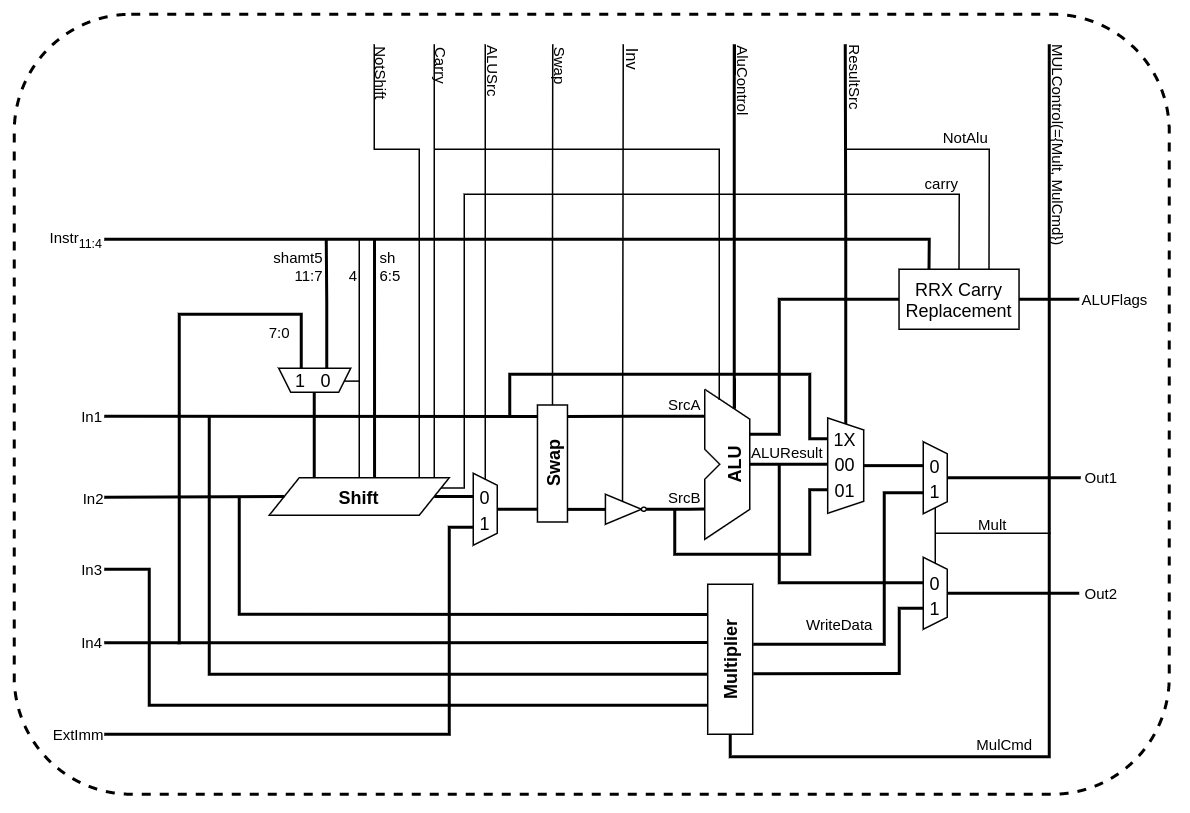
The draw.io diagram asset/alu_block.drawio.png in takah29/arm-cpu, before a commit. Source tidied: cells renumbered, new cells last; positions are measured from the earlier drawing's top-left corner, leaving out a move shared by most shapes.
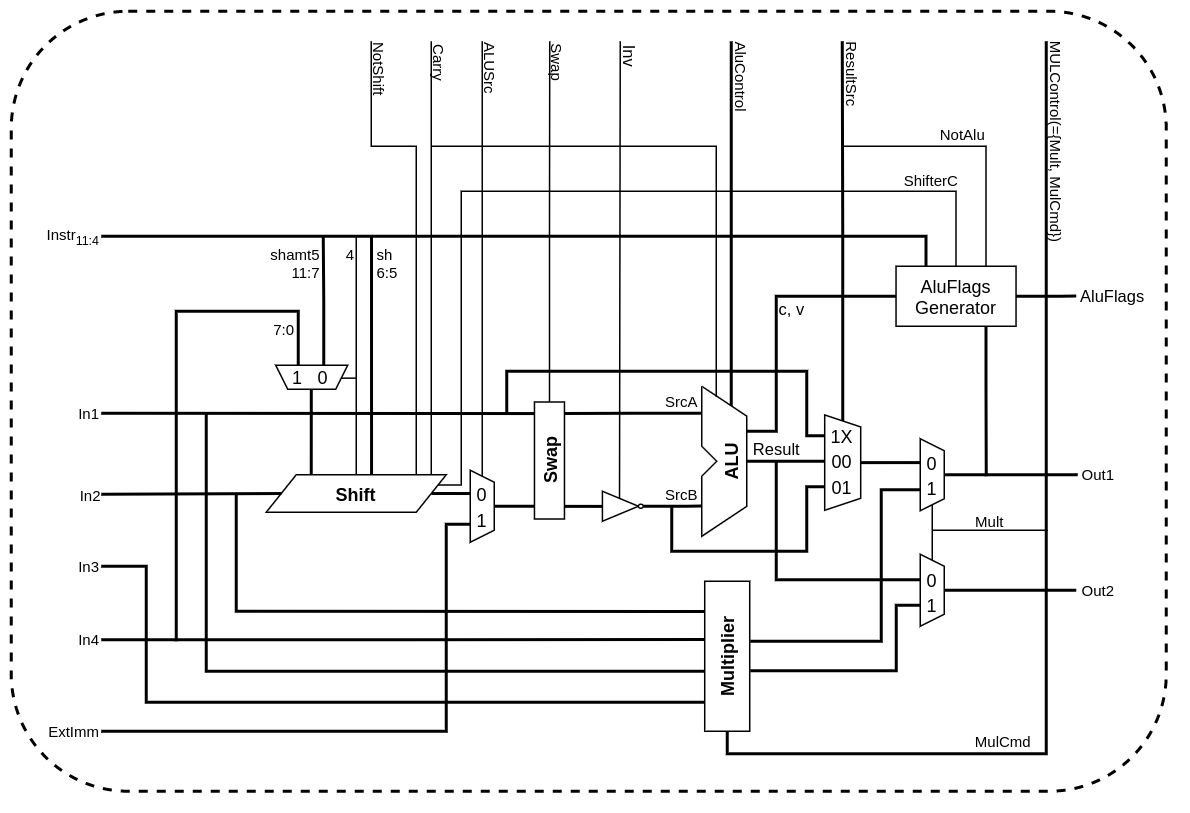
The same diagram one commit later.

Commit message:
回路図の修正

Change to the diagram source:
```diff
@@ -39,9 +39,9 @@
         </Array>
       </mxGeometry>
     </mxCell>
-    <mxCell id="8" value="carry" style="edgeLabel;html=1;align=center;verticalAlign=bottom;fontSize=10;labelBackgroundColor=none;" parent="7" vertex="1">
+    <mxCell id="8" value="ShifterC" style="edgeLabel;html=1;align=center;verticalAlign=bottom;fontSize=10;labelBackgroundColor=none;" parent="7" vertex="1">
       <mxGeometry x="0.6" y="-1" relative="1" as="geometry">
-        <mxPoint x="54.9" as="offset" />
+        <mxPoint x="49.9" as="offset" />
       </mxGeometry>
     </mxCell>
     <mxCell id="9" value="&lt;b&gt;Shift&lt;/b&gt;" style="shape=parallelogram;perimeter=parallelogramPerimeter;whiteSpace=wrap;html=1;fixedSize=1;" parent="1" vertex="1">
@@ -105,11 +105,11 @@
         </Array>
       </mxGeometry>
     </mxCell>
-    <mxCell id="24" value="&lt;font style=&quot;font-size: 10px&quot;&gt;ALUResult&lt;/font&gt;" style="edgeLabel;html=1;align=center;verticalAlign=bottom;fontSize=7;labelBackgroundColor=none;" parent="23" vertex="1">
-      <mxGeometry x="0.38" y="1" relative="1" as="geometry">
-        <mxPoint x="8.2" y="-1" as="offset" />
-      </mxGeometry>
-    </mxCell>
+    <mxCell id="102" value="Result" style="edgeLabel;html=1;align=center;verticalAlign=bottom;labelBackgroundColor=none;" parent="23" vertex="1">
+      <mxGeometry x="0.7" y="-1" relative="1" as="geometry">
+        <mxPoint x="12" y="1" as="offset" />
+      </mxGeometry>
+    </mxCell>
     <mxCell id="25" style="edgeStyle=orthogonalEdgeStyle;rounded=0;orthogonalLoop=1;jettySize=auto;html=1;endArrow=none;endFill=0;strokeWidth=2;" parent="1" edge="1">
       <mxGeometry relative="1" as="geometry">
         <mxPoint x="542.3" y="317" as="sourcePoint" />
@@ -121,9 +121,6 @@
         </Array>
       </mxGeometry>
     </mxCell>
-    <mxCell id="26" value="&lt;font style=&quot;font-size: 10px&quot;&gt;WriteData&lt;/font&gt;" style="edgeLabel;html=1;align=center;verticalAlign=bottom;fontSize=7;labelBackgroundColor=none;" parent="1" vertex="1">
-      <mxGeometry x="550" y="415" as="geometry" />
-    </mxCell>
     <mxCell id="27" style="group;rotation=90;" parent="1" vertex="1">
       <mxGeometry x="192.3" y="220" width="16" height="48" as="geometry" />
     </mxCell>
@@ -147,7 +144,7 @@
     </mxCell>
     <mxCell id="32" value="&lt;font style=&quot;font-size: 10px;&quot;&gt;4&lt;/font&gt;" style="edgeLabel;html=1;align=right;verticalAlign=top;fontSize=10;labelBackgroundColor=none;" parent="31" vertex="1">
       <mxGeometry x="0.52" relative="1" as="geometry">
-        <mxPoint x="-1" y="-26" as="offset" />
+        <mxPoint x="-1" y="-38" as="offset" />
       </mxGeometry>
     </mxCell>
     <mxCell id="33" style="edgeStyle=orthogonalEdgeStyle;rounded=0;jettySize=auto;html=1;exitX=0.172;exitY=0.505;exitDx=0;exitDy=0;exitPerimeter=0;entryX=0.105;entryY=0.985;entryDx=0;entryDy=0;entryPerimeter=0;endArrow=none;endFill=0;strokeWidth=2;" parent="1" edge="1" source="34" target="39">
@@ -389,22 +386,20 @@
         <mxPoint x="10" as="offset" />
       </mxGeometry>
     </mxCell>
-    <mxCell id="74" style="edgeStyle=orthogonalEdgeStyle;rounded=0;orthogonalLoop=1;jettySize=auto;html=1;exitX=1;exitY=1;exitDx=0;exitDy=0;endArrow=none;endFill=0;strokeWidth=2;" parent="1" edge="1">
+    <mxCell id="74" style="edgeStyle=orthogonalEdgeStyle;rounded=0;jettySize=auto;html=1;exitX=1;exitY=1;exitDx=0;exitDy=0;endArrow=none;endFill=0;strokeWidth=2;entryX=0;entryY=0.5;entryDx=0;entryDy=0;" parent="1" edge="1" target="95">
       <mxGeometry relative="1" as="geometry">
         <mxPoint x="490.3" y="280" as="sourcePoint" />
-        <mxPoint x="710" y="190" as="targetPoint" />
         <Array as="points">
           <mxPoint x="510" y="280" />
           <mxPoint x="510" y="190" />
-          <mxPoint x="710" y="190" />
         </Array>
       </mxGeometry>
     </mxCell>
-    <mxCell id="75" value="&lt;font style=&quot;font-size: 10px&quot;&gt;ALUFlags&lt;/font&gt;" style="edgeLabel;html=1;align=left;verticalAlign=middle;fontSize=7;labelBackgroundColor=none;labelPosition=right;verticalLabelPosition=middle;" parent="74" vertex="1">
-      <mxGeometry x="-0.53" y="1" relative="1" as="geometry">
-        <mxPoint x="201" y="-36.4" as="offset" />
-      </mxGeometry>
-    </mxCell>
+    <mxCell id="103" value="c, v" style="edgeLabel;html=1;align=left;verticalAlign=middle;labelBackgroundColor=none;labelPosition=right;verticalLabelPosition=middle;" parent="74" vertex="1">
+      <mxGeometry x="-0.15" relative="1" as="geometry">
+        <mxPoint x="0.3" y="-20.7" as="offset" />
+      </mxGeometry>
+    </mxCell>
     <mxCell id="76" style="edgeStyle=orthogonalEdgeStyle;rounded=0;orthogonalLoop=1;jettySize=auto;html=1;exitX=0;exitY=0.5;exitDx=0;exitDy=0;endArrow=none;endFill=0;strokeWidth=2;fontSize=10;" parent="1" edge="1">
       <mxGeometry relative="1" as="geometry">
         <mxPoint x="554.3" y="273.1" as="sourcePoint" />
@@ -516,7 +511,7 @@
     </mxCell>
     <mxCell id="90" value="7:0" style="edgeLabel;html=1;align=right;verticalAlign=top;fontSize=10;labelBackgroundColor=none;" parent="89" vertex="1">
       <mxGeometry x="0.76" relative="1" as="geometry">
-        <mxPoint x="-2.9" as="offset" />
+        <mxPoint x="3.1" as="offset" />
       </mxGeometry>
     </mxCell>
     <mxCell id="91" style="edgeStyle=orthogonalEdgeStyle;rounded=0;jettySize=auto;html=1;endArrow=none;endFill=0;strokeWidth=2;fontSize=10;entryX=0.611;entryY=-0.011;entryDx=0;entryDy=0;entryPerimeter=0;" parent="1" edge="1" target="45">
@@ -543,7 +538,21 @@
         <mxPoint x="7" y="2" as="offset" />
       </mxGeometry>
     </mxCell>
+    <mxCell id="104" style="edgeStyle=orthogonalEdgeStyle;rounded=0;jettySize=auto;html=1;exitX=1;exitY=0.5;exitDx=0;exitDy=0;endArrow=none;endFill=0;strokeWidth=2;" parent="1" edge="1" source="95">
+      <mxGeometry relative="1" as="geometry">
+        <mxPoint x="710" y="189.9" as="targetPoint" />
+        <Array as="points">
+          <mxPoint x="700" y="190" />
+          <mxPoint x="700" y="190" />
+        </Array>
+      </mxGeometry>
+    </mxCell>
+    <mxCell id="105" value="AluFlags" style="edgeLabel;html=1;align=left;verticalAlign=middle;labelBackgroundColor=none;labelPosition=right;verticalLabelPosition=middle;" parent="104" vertex="1">
+      <mxGeometry x="0.79" y="-1" relative="1" as="geometry">
+        <mxPoint x="5" y="-1" as="offset" />
+      </mxGeometry>
+    </mxCell>
-    <mxCell id="95" value="&lt;font style=&quot;font-size: 12px ; line-height: 120%&quot;&gt;RRX Carry&lt;br style=&quot;font-size: 12px&quot;&gt;Replacement&lt;/font&gt;" style="rounded=0;whiteSpace=wrap;html=1;fontSize=12;" parent="1" vertex="1">
+    <mxCell id="95" value="AluFlags&lt;br&gt;Generator" style="rounded=0;whiteSpace=wrap;html=1;fontSize=12;" parent="1" vertex="1">
       <mxGeometry x="589.9" y="170" width="80" height="40" as="geometry" />
     </mxCell>
     <mxCell id="96" style="edgeStyle=orthogonalEdgeStyle;rounded=0;jettySize=auto;html=1;endArrow=none;endFill=0;strokeWidth=2;entryX=0;entryY=0.5;entryDx=0;entryDy=0;" parent="1" edge="1" target="45">
@@ -583,5 +592,14 @@
         <mxPoint x="614" y="366" as="targetPoint" />
       </mxGeometry>
     </mxCell>
+    <mxCell id="106" style="edgeStyle=orthogonalEdgeStyle;rounded=0;jettySize=auto;html=1;exitX=0.75;exitY=1;exitDx=0;exitDy=0;endArrow=none;endFill=0;strokeWidth=2;" parent="1" edge="1" source="95">
+      <mxGeometry relative="1" as="geometry">
+        <mxPoint x="650" y="310" as="targetPoint" />
+        <Array as="points">
+          <mxPoint x="650" y="250" />
+          <mxPoint x="650" y="250" />
+        </Array>
+      </mxGeometry>
+    </mxCell>
   </root>
 </mxGraphModel>
```
